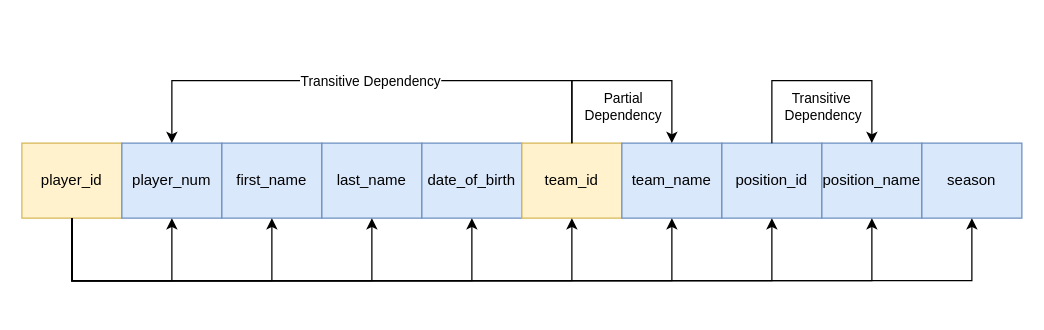
GeoDan87/CIT225 keeps this draw.io diagram as page "1NF" (1 of 3) of dependency_graph.drawio. Above is the earlier version. Source tidied: cells renumbered, new cells numbered last; positions are measured from the earlier drawing's top-left corner, leaving out a move shared by most shapes. Both pictures are drawn from the tidied source at 125%, with x=0, y=0 at pixel (21, 80).
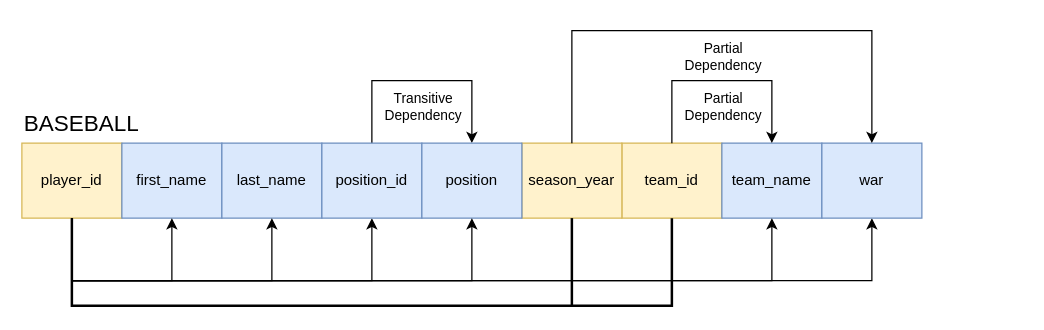
The same diagram, later.

The change refers to these unchanged cells:
```xml
<mxCell id="2" value="player_id" style="rounded=0;whiteSpace=wrap;html=1;fillColor=#fff2cc;strokeColor=#d6b656;" parent="1" vertex="1">
  <mxGeometry y="50" width="80" height="60" as="geometry" />
</mxCell>
```

Change to the diagram source:
```diff
@@
-    <mxCell id="3" value="player_num" style="rounded=0;whiteSpace=wrap;html=1;fillColor=#dae8fc;strokeColor=#6c8ebf;" parent="1" vertex="1">
-      <mxGeometry x="80" y="50" width="80" height="60" as="geometry" />
-    </mxCell>
     <mxCell id="4" value="first_name" style="rounded=0;whiteSpace=wrap;html=1;fillColor=#dae8fc;strokeColor=#6c8ebf;" parent="1" vertex="1">
-      <mxGeometry x="160" y="50" width="80" height="60" as="geometry" />
+      <mxGeometry x="80" y="50" width="80" height="60" as="geometry" />
     </mxCell>
     <mxCell id="5" value="last_name" style="rounded=0;whiteSpace=wrap;html=1;fillColor=#dae8fc;strokeColor=#6c8ebf;" parent="1" vertex="1">
-      <mxGeometry x="240" y="50" width="80" height="60" as="geometry" />
+      <mxGeometry x="160" y="50" width="80" height="60" as="geometry" />
     </mxCell>
-    <mxCell id="6" value="date_of_birth" style="rounded=0;whiteSpace=wrap;html=1;fillColor=#dae8fc;strokeColor=#6c8ebf;" parent="1" vertex="1">
-      <mxGeometry x="320" y="50" width="80" height="60" as="geometry" />
-    </mxCell>
     <mxCell id="7" value="team_id" style="rounded=0;whiteSpace=wrap;html=1;fillColor=#fff2cc;strokeColor=#d6b656;" parent="1" vertex="1">
-      <mxGeometry x="400" y="50" width="80" height="60" as="geometry" />
+      <mxGeometry x="480" y="50" width="80" height="60" as="geometry" />
     </mxCell>
     <mxCell id="8" value="team_name" style="rounded=0;whiteSpace=wrap;html=1;fillColor=#dae8fc;strokeColor=#6c8ebf;" parent="1" vertex="1">
-      <mxGeometry x="480" y="50" width="80" height="60" as="geometry" />
+      <mxGeometry x="560" y="50" width="80" height="60" as="geometry" />
     </mxCell>
-    <mxCell id="9" value="position_id" style="rounded=0;whiteSpace=wrap;html=1;fillColor=#dae8fc;strokeColor=#6c8ebf;" parent="1" vertex="1">
-      <mxGeometry x="560" y="50" width="80" height="60" as="geometry" />
-    </mxCell>
-    <mxCell id="10" value="position_name" style="rounded=0;whiteSpace=wrap;html=1;fillColor=#dae8fc;strokeColor=#6c8ebf;" parent="1" vertex="1">
-      <mxGeometry x="640" y="50" width="80" height="60" as="geometry" />
-    </mxCell>
-    <mxCell id="11" style="endArrow=classic;html=1;rounded=0;exitX=0.5;exitY=1;exitDx=0;exitDy=0;entryX=0.5;entryY=1;entryDx=0;entryDy=0;" parent="1" edge="1" source="2" target="3">
+    <mxCell id="11" style="endArrow=classic;html=1;rounded=0;exitX=0.5;exitY=1;exitDx=0;exitDy=0;entryX=0.5;entryY=1;entryDx=0;entryDy=0;" parent="1" edge="1" source="2">
       <mxGeometry relative="1" as="geometry">
+        <mxPoint x="120" y="110" as="targetPoint" />
         <Array as="points">
           <mxPoint x="40" y="160" />
           <mxPoint x="120" y="160" />
         </Array>
       </mxGeometry>
     </mxCell>
@@
-    <mxCell id="13" style="endArrow=classic;html=1;rounded=0;exitX=0.5;exitY=1;exitDx=0;exitDy=0;entryX=0.5;entryY=1;entryDx=0;entryDy=0;" parent="1" edge="1" target="5">
-      <mxGeometry relative="1" as="geometry">
-        <mxPoint x="40" y="110" as="sourcePoint" />
-        <Array as="points">
-          <mxPoint x="40" y="160" />
-          <mxPoint x="280" y="160" />
-        </Array>
-      </mxGeometry>
-    </mxCell>
-    <mxCell id="14" style="endArrow=classic;html=1;rounded=0;exitX=0.5;exitY=1;exitDx=0;exitDy=0;entryX=0.5;entryY=1;entryDx=0;entryDy=0;" parent="1" edge="1" target="6">
-      <mxGeometry relative="1" as="geometry">
-        <mxPoint x="40" y="110" as="sourcePoint" />
-        <Array as="points">
-          <mxPoint x="40" y="160" />
-          <mxPoint x="360" y="160" />
-        </Array>
-      </mxGeometry>
-    </mxCell>
-    <mxCell id="15" style="endArrow=classic;html=1;rounded=0;exitX=0.5;exitY=1;exitDx=0;exitDy=0;entryX=0.5;entryY=1;entryDx=0;entryDy=0;" parent="1" edge="1" target="7">
-      <mxGeometry relative="1" as="geometry">
-        <mxPoint x="40" y="110" as="sourcePoint" />
-        <Array as="points">
-          <mxPoint x="40" y="160" />
-          <mxPoint x="440" y="160" />
-        </Array>
-      </mxGeometry>
-    </mxCell>
     <mxCell id="16" style="endArrow=classic;html=1;rounded=0;exitX=0.5;exitY=0;exitDx=0;exitDy=0;entryX=0.5;entryY=0;entryDx=0;entryDy=0;" parent="1" edge="1" source="7" target="8">
       <mxGeometry relative="1" as="geometry">
         <Array as="points">
-          <mxPoint x="440" />
           <mxPoint x="520" />
+          <mxPoint x="600" />
         </Array>
       </mxGeometry>
     </mxCell>
@@
-    <mxCell id="18" style="endArrow=classic;html=1;rounded=0;exitX=0.5;exitY=0;exitDx=0;exitDy=0;entryX=0.5;entryY=0;entryDx=0;entryDy=0;" parent="1" edge="1">
-      <mxGeometry relative="1" as="geometry">
-        <mxPoint x="600" y="50" as="sourcePoint" />
-        <mxPoint x="680" y="50" as="targetPoint" />
-        <Array as="points">
-          <mxPoint x="600" />
-          <mxPoint x="680" />
-        </Array>
-      </mxGeometry>
-    </mxCell>
     <mxCell id="19" style="endArrow=classic;html=1;rounded=0;exitX=0.5;exitY=1;exitDx=0;exitDy=0;entryX=0.5;entryY=1;entryDx=0;entryDy=0;" parent="1" edge="1" target="8">
       <mxGeometry relative="1" as="geometry">
         <mxPoint x="40" y="110" as="sourcePoint" />
         <Array as="points">
           <mxPoint x="40" y="160" />
-          <mxPoint x="520" y="160" />
+          <mxPoint x="600" y="160" />
         </Array>
       </mxGeometry>
     </mxCell>
     <mxCell id="20" style="endArrow=classic;html=1;rounded=0;exitX=0.5;exitY=1;exitDx=0;exitDy=0;entryX=0.5;entryY=1;entryDx=0;entryDy=0;" parent="1" edge="1" target="9">
       <mxGeometry relative="1" as="geometry">
         <mxPoint x="40" y="110" as="sourcePoint" />
         <Array as="points">
           <mxPoint x="40" y="160" />
-          <mxPoint x="600" y="160" />
+          <mxPoint x="280" y="160" />
         </Array>
       </mxGeometry>
     </mxCell>
-    <mxCell id="21" style="endArrow=classic;html=1;rounded=0;exitX=0.5;exitY=1;exitDx=0;exitDy=0;entryX=0.5;entryY=1;entryDx=0;entryDy=0;" parent="1" edge="1" target="10">
+    <mxCell id="21" style="endArrow=classic;html=1;rounded=0;exitX=0.5;exitY=1;exitDx=0;exitDy=0;entryX=0.5;entryY=1;entryDx=0;entryDy=0;" parent="1" edge="1" target="27">
       <mxGeometry relative="1" as="geometry">
         <mxPoint x="40" y="110" as="sourcePoint" />
         <Array as="points">
           <mxPoint x="40" y="160" />
+          <mxPoint x="600" y="160" />
           <mxPoint x="680" y="160" />
         </Array>
       </mxGeometry>
     </mxCell>
-    <mxCell id="22" style="endArrow=classic;html=1;rounded=0;entryX=0.5;entryY=0;entryDx=0;entryDy=0;" parent="1" edge="1" target="3">
+    <mxCell id="22" style="endArrow=classic;html=1;rounded=0;entryX=0.5;entryY=0;entryDx=0;entryDy=0;exitX=0.5;exitY=0;exitDx=0;exitDy=0;" parent="1" edge="1" source="9" target="30">
       <mxGeometry relative="1" as="geometry">
-        <mxPoint x="440" y="50" as="sourcePoint" />
         <Array as="points">
-          <mxPoint x="440" />
-          <mxPoint x="120" />
+          <mxPoint x="280" />
+          <mxPoint x="360" />
         </Array>
       </mxGeometry>
     </mxCell>
-    <mxCell id="23" value="Transitive Dependency" style="edgeLabel;html=1;align=center;verticalAlign=middle;" parent="22" vertex="1">
-      <mxGeometry x="0.01" relative="1" as="geometry" />
+    <mxCell id="23" value="Transitive &lt;br&gt;Dependency" style="edgeLabel;html=1;align=center;verticalAlign=middle;" parent="22" vertex="1">
+      <mxGeometry x="0.01" relative="1" as="geometry">
+        <mxPoint x="-1" y="20" as="offset" />
+      </mxGeometry>
     </mxCell>
-    <mxCell id="24" value="Transitive&amp;nbsp;&lt;br&gt;Dependency" style="edgeLabel;html=1;align=center;verticalAlign=middle;" parent="1" vertex="1">
-      <mxGeometry x="640" y="20" as="geometry" />
-    </mxCell>
-    <mxCell id="25" value="season" style="rounded=0;whiteSpace=wrap;html=1;fillColor=#dae8fc;strokeColor=#6c8ebf;" parent="1" vertex="1">
-      <mxGeometry x="720" y="50" width="80" height="60" as="geometry" />
+    <mxCell id="25" value="season_year" style="rounded=0;whiteSpace=wrap;html=1;fillColor=#fff2cc;strokeColor=#d6b656;" parent="1" vertex="1">
+      <mxGeometry x="400" y="50" width="80" height="60" as="geometry" />
     </mxCell>
-    <mxCell id="26" style="endArrow=classic;html=1;rounded=0;exitX=0.5;exitY=1;exitDx=0;exitDy=0;entryX=0.5;entryY=1;entryDx=0;entryDy=0;" parent="1" edge="1" source="2">
-      <mxGeometry relative="1" as="geometry">
-        <mxPoint x="760" y="110" as="targetPoint" />
-        <Array as="points">
-          <mxPoint x="40" y="160" />
-          <mxPoint x="760" y="160" />
-        </Array>
-      </mxGeometry>
-    </mxCell>
+    <mxCell id="27" value="war" style="rounded=0;whiteSpace=wrap;html=1;fillColor=#dae8fc;strokeColor=#6c8ebf;" parent="1" vertex="1">
+      <mxGeometry x="640" y="50" width="80" height="60" as="geometry" />
+    </mxCell>
+    <mxCell id="9" value="position_id" style="rounded=0;whiteSpace=wrap;html=1;fillColor=#dae8fc;strokeColor=#6c8ebf;" parent="1" vertex="1">
+      <mxGeometry x="240" y="50" width="80" height="60" as="geometry" />
+    </mxCell>
+    <mxCell id="28" style="endArrow=none;html=1;rounded=0;entryX=0.5;entryY=1;entryDx=0;entryDy=0;exitX=0.5;exitY=1;exitDx=0;exitDy=0;strokeWidth=2;" parent="1" edge="1" source="2" target="7">
+      <mxGeometry relative="1" as="geometry">
+        <Array as="points">
+          <mxPoint x="40" y="180" />
+          <mxPoint x="130" y="180" />
+          <mxPoint x="190" y="180" />
+          <mxPoint x="360" y="180" />
+          <mxPoint x="380" y="180" />
+          <mxPoint x="520" y="180" />
+        </Array>
+      </mxGeometry>
+    </mxCell>
+    <mxCell id="29" style="endArrow=none;html=1;rounded=0;strokeWidth=2;entryX=0.5;entryY=1;entryDx=0;entryDy=0;" parent="1" edge="1" target="25">
+      <mxGeometry relative="1" as="geometry">
+        <mxPoint x="440" y="180" as="sourcePoint" />
+      </mxGeometry>
+    </mxCell>
+    <mxCell id="30" value="position" style="rounded=0;whiteSpace=wrap;html=1;fillColor=#dae8fc;strokeColor=#6c8ebf;" parent="1" vertex="1">
+      <mxGeometry x="320" y="50" width="80" height="60" as="geometry" />
+    </mxCell>
+    <mxCell id="31" style="endArrow=classic;html=1;rounded=0;exitX=0.5;exitY=1;exitDx=0;exitDy=0;entryX=0.5;entryY=1;entryDx=0;entryDy=0;" parent="1" edge="1" source="2">
+      <mxGeometry relative="1" as="geometry">
+        <mxPoint x="360" y="110" as="targetPoint" />
+        <Array as="points">
+          <mxPoint x="40" y="160" />
+          <mxPoint x="360" y="160" />
+        </Array>
+      </mxGeometry>
+    </mxCell>
+    <mxCell id="32" style="endArrow=classic;html=1;rounded=0;exitX=0.5;exitY=0;exitDx=0;exitDy=0;entryX=0.5;entryY=0;entryDx=0;entryDy=0;" parent="1" edge="1" target="27">
+      <mxGeometry relative="1" as="geometry">
+        <mxPoint x="440" y="50" as="sourcePoint" />
+        <Array as="points">
+          <mxPoint x="440" y="-40" />
+          <mxPoint x="480" y="-40" />
+          <mxPoint x="520" y="-40" />
+          <mxPoint x="680" y="-40" />
+        </Array>
+      </mxGeometry>
+    </mxCell>
+    <mxCell id="33" value="Partial &lt;br&gt;Dependency" style="edgeLabel;html=1;align=center;verticalAlign=middle;" parent="32" vertex="1">
+      <mxGeometry y="-2" relative="1" as="geometry">
+        <mxPoint y="18" as="offset" />
+      </mxGeometry>
+    </mxCell>
+    <mxCell id="34" value="&lt;font style=&quot;font-size: 18px;&quot;&gt;BASEBALL&lt;/font&gt;" style="text;html=1;align=left;verticalAlign=middle;whiteSpace=wrap;rounded=0;" parent="1" vertex="1">
+      <mxGeometry y="20" width="240" height="30" as="geometry" />
+    </mxCell>
```
